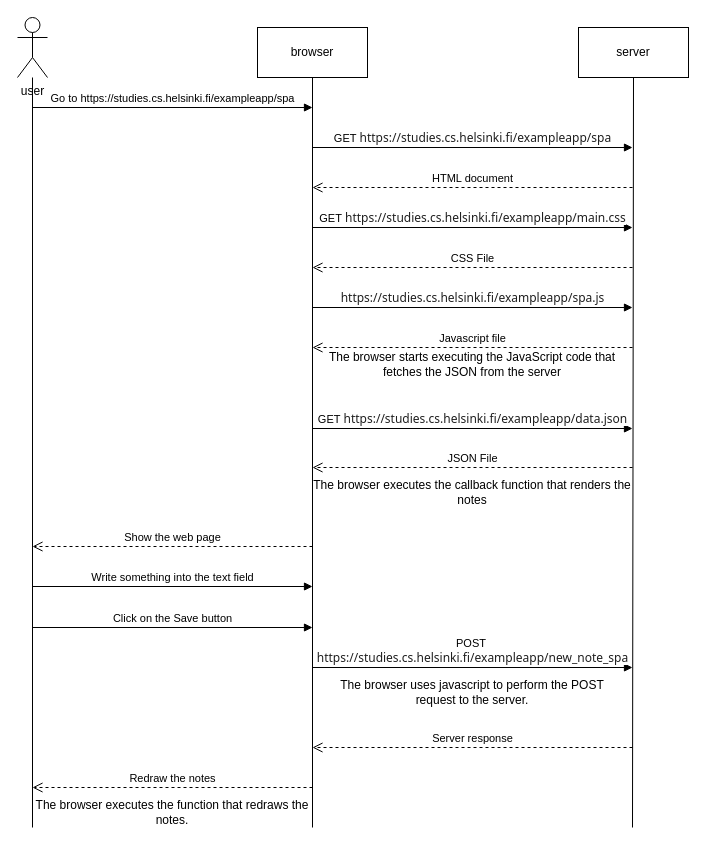
This is part0/NewNoteInSinglePageAppDiagram/part0-exo_0.6.drawio.xml from Wilky2/FullStackOpen, a draw.io file, before an edit. Source tidied: cells renumbered, new cells numbered last; positions are measured from the earlier drawing's top-left corner, leaving out a move shared by most shapes. Both pictures are drawn from the tidied source at 100%, with x=0, y=0 at pixel (17, 17).
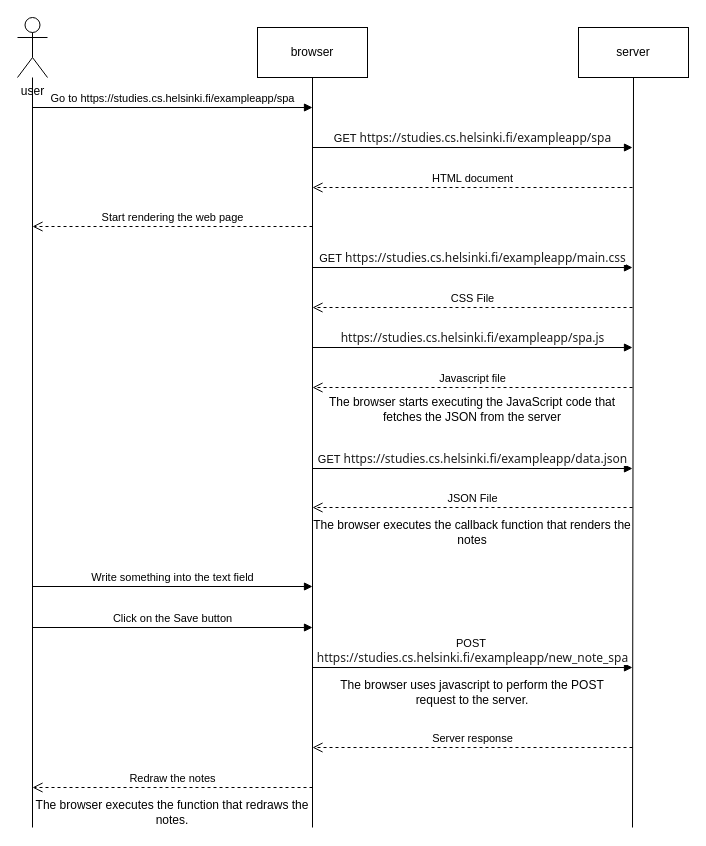
After the change.

Commit message (it also covers changes not shown here):
correction in the exercises when the browser start rendering the web page

Diff of the diagram source:
```diff
@@
     <mxCell id="11" value="GET&amp;nbsp;&lt;span style=&quot;color: rgb(31, 31, 31); font-family: system-ui, sans-serif; font-size: 12px; text-align: start; text-wrap-mode: wrap;&quot;&gt;https://studies.cs.helsinki.fi/exampleapp/main.css&lt;/span&gt;" style="html=1;verticalAlign=bottom;endArrow=block;curved=0;rounded=0;" parent="1" edge="1">
       <mxGeometry relative="1" as="geometry">
-        <mxPoint x="295" y="210" as="sourcePoint" />
-        <mxPoint x="615" y="210" as="targetPoint" />
+        <mxPoint x="295" y="250" as="sourcePoint" />
+        <mxPoint x="615" y="250" as="targetPoint" />
       </mxGeometry>
     </mxCell>
     <mxCell id="12" value="CSS File" style="html=1;verticalAlign=bottom;endArrow=open;dashed=1;endSize=8;curved=0;rounded=0;" parent="1" edge="1">
       <mxGeometry relative="1" as="geometry">
-        <mxPoint x="615" y="250" as="sourcePoint" />
-        <mxPoint x="295" y="250" as="targetPoint" />
+        <mxPoint x="615" y="290" as="sourcePoint" />
+        <mxPoint x="295" y="290" as="targetPoint" />
       </mxGeometry>
     </mxCell>
     <mxCell id="13" value="&lt;span style=&quot;color: rgb(31, 31, 31); font-family: system-ui, sans-serif; font-size: 12px; text-align: start; text-wrap-mode: wrap;&quot;&gt;https://studies.cs.helsinki.fi/exampleapp/spa.js&lt;/span&gt;" style="html=1;verticalAlign=bottom;endArrow=block;curved=0;rounded=0;" parent="1" edge="1">
       <mxGeometry relative="1" as="geometry">
-        <mxPoint x="295" y="290" as="sourcePoint" />
-        <mxPoint x="615" y="290" as="targetPoint" />
+        <mxPoint x="295" y="330" as="sourcePoint" />
+        <mxPoint x="615" y="330" as="targetPoint" />
       </mxGeometry>
     </mxCell>
     <mxCell id="14" value="Javascript file" style="html=1;verticalAlign=bottom;endArrow=open;dashed=1;endSize=8;curved=0;rounded=0;" parent="1" edge="1">
       <mxGeometry relative="1" as="geometry">
-        <mxPoint x="615" y="330" as="sourcePoint" />
-        <mxPoint x="295" y="330" as="targetPoint" />
+        <mxPoint x="615" y="370" as="sourcePoint" />
+        <mxPoint x="295" y="370" as="targetPoint" />
       </mxGeometry>
     </mxCell>
     <mxCell id="15" value="GET&amp;nbsp;&lt;span style=&quot;color: rgb(31, 31, 31); font-family: system-ui, sans-serif; font-size: 12px; text-align: start; text-wrap-mode: wrap;&quot;&gt;https://studies.cs.helsinki.fi/exampleapp/data.json&lt;/span&gt;" style="html=1;verticalAlign=bottom;endArrow=block;curved=0;rounded=0;" parent="1" edge="1">
       <mxGeometry relative="1" as="geometry">
-        <mxPoint x="295" y="411" as="sourcePoint" />
-        <mxPoint x="615" y="411" as="targetPoint" />
+        <mxPoint x="295" y="451" as="sourcePoint" />
+        <mxPoint x="615" y="451" as="targetPoint" />
       </mxGeometry>
     </mxCell>
     <mxCell id="16" value="JSON File" style="html=1;verticalAlign=bottom;endArrow=open;dashed=1;endSize=8;curved=0;rounded=0;" parent="1" edge="1">
       <mxGeometry relative="1" as="geometry">
-        <mxPoint x="615" y="450" as="sourcePoint" />
-        <mxPoint x="295" y="450" as="targetPoint" />
+        <mxPoint x="615" y="490" as="sourcePoint" />
+        <mxPoint x="295" y="490" as="targetPoint" />
       </mxGeometry>
     </mxCell>
-    <mxCell id="17" value="Show the web page" style="html=1;verticalAlign=bottom;endArrow=open;dashed=1;endSize=8;curved=0;rounded=0;" parent="1" edge="1">
+    <mxCell id="17" value="Start rendering the web page" style="html=1;verticalAlign=bottom;endArrow=open;dashed=1;endSize=8;curved=0;rounded=0;" parent="1" edge="1">
       <mxGeometry relative="1" as="geometry">
-        <mxPoint x="295" y="529" as="sourcePoint" />
-        <mxPoint x="15" y="529" as="targetPoint" />
+        <mxPoint x="295" y="209" as="sourcePoint" />
+        <mxPoint x="15" y="209" as="targetPoint" />
       </mxGeometry>
     </mxCell>
@@
     <mxCell id="23" value="The browser starts executing the JavaScript code that fetches the JSON from the server" style="text;html=1;align=center;verticalAlign=middle;whiteSpace=wrap;rounded=0;" parent="1" vertex="1">
-      <mxGeometry x="295" y="332" width="320" height="30" as="geometry" />
+      <mxGeometry x="295" y="377" width="320" height="30" as="geometry" />
     </mxCell>
     <mxCell id="24" value="The browser executes the callback function that renders the notes" style="text;html=1;align=center;verticalAlign=middle;whiteSpace=wrap;rounded=0;" parent="1" vertex="1">
-      <mxGeometry x="295" y="460" width="320" height="30" as="geometry" />
+      <mxGeometry x="295" y="500" width="320" height="30" as="geometry" />
     </mxCell>
```
